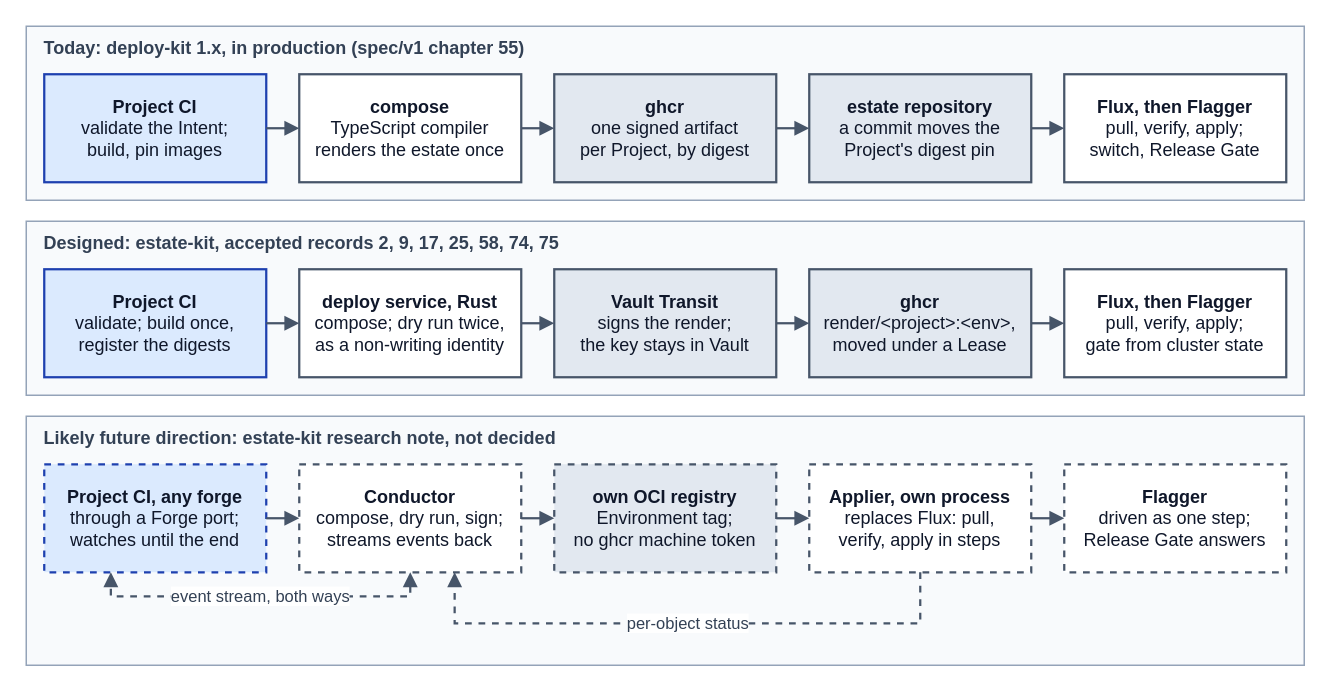
This is docs/mde/task-3-code-generation/Figures/delivery-paths.drawio from JorisJonkers-dev/deploy-kit, a draw.io file, before an edit. Source tidied: cells renumbered, new cells numbered last; positions are measured from the earlier drawing's top-left corner, leaving out a move shared by most shapes. Both pictures are drawn from the tidied source at 150%, with x=0, y=0 at pixel (26, 26).
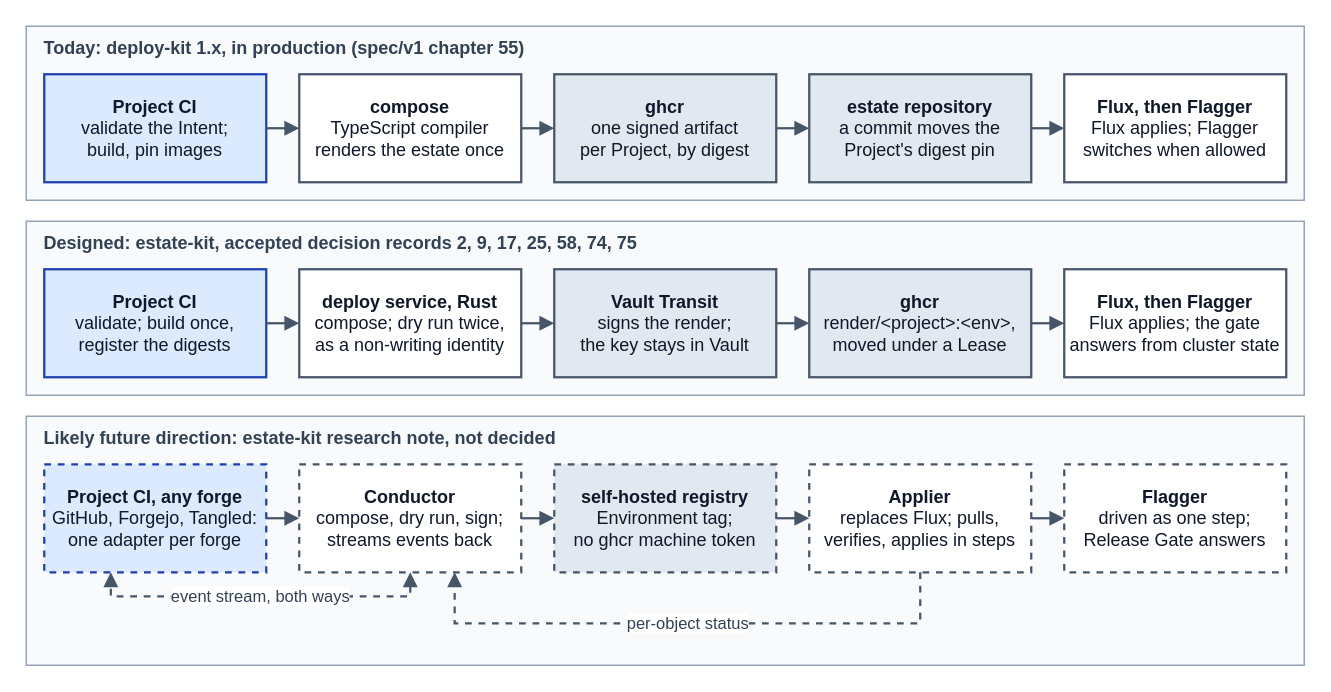
Above is the later version.

Change to the diagram source:
```diff
@@
-    <mxCell id="8" value="&lt;b&gt;Flux, then Flagger&lt;/b&gt;&lt;br&gt;pull, verify, apply;&lt;br&gt;switch, Release Gate" style="rounded=0;whiteSpace=wrap;html=1;align=center;verticalAlign=middle;fillColor=#ffffff;strokeColor=#475569;strokeWidth=1.5;fontFamily=Helvetica;fontSize=12;fontColor=#0f172a;spacing=4;" parent="1" vertex="1">
+    <mxCell id="8" value="&lt;b&gt;Flux, then Flagger&lt;/b&gt;&lt;br&gt;Flux applies; Flagger&lt;br&gt;switches when allowed" style="rounded=0;whiteSpace=wrap;html=1;align=center;verticalAlign=middle;fillColor=#ffffff;strokeColor=#475569;strokeWidth=1.5;fontFamily=Helvetica;fontSize=12;fontColor=#0f172a;spacing=4;" parent="1" vertex="1">
       <mxGeometry x="692" y="32" width="148" height="72" as="geometry" />
     </mxCell>
@@
-    <mxCell id="14" value="Designed: estate-kit, accepted records 2, 9, 17, 25, 58, 74, 75" style="text;html=1;whiteSpace=wrap;align=left;verticalAlign=middle;fontFamily=Helvetica;fontSize=12;fontColor=#334155;spacing=0;strokeColor=none;fillColor=none;fontStyle=1;" parent="1" vertex="1">
+    <mxCell id="14" value="Designed: estate-kit, accepted decision records 2, 9, 17, 25, 58, 74, 75" style="text;html=1;whiteSpace=wrap;align=left;verticalAlign=middle;fontFamily=Helvetica;fontSize=12;fontColor=#334155;spacing=0;strokeColor=none;fillColor=none;fontStyle=1;" parent="1" vertex="1">
       <mxGeometry x="12" y="136" width="828" height="18" as="geometry" />
     </mxCell>
@@
-    <mxCell id="19" value="&lt;b&gt;Flux, then Flagger&lt;/b&gt;&lt;br&gt;pull, verify, apply;&lt;br&gt;gate from cluster state" style="rounded=0;whiteSpace=wrap;html=1;align=center;verticalAlign=middle;fillColor=#ffffff;strokeColor=#475569;strokeWidth=1.5;fontFamily=Helvetica;fontSize=12;fontColor=#0f172a;spacing=4;" parent="1" vertex="1">
+    <mxCell id="19" value="&lt;b&gt;Flux, then Flagger&lt;/b&gt;&lt;br&gt;Flux applies; the gate&lt;br&gt;answers from cluster state" style="rounded=0;whiteSpace=wrap;html=1;align=center;verticalAlign=middle;fillColor=#ffffff;strokeColor=#475569;strokeWidth=1.5;fontFamily=Helvetica;fontSize=12;fontColor=#0f172a;spacing=4;" parent="1" vertex="1">
       <mxGeometry x="692" y="162" width="148" height="72" as="geometry" />
     </mxCell>
@@
-    <mxCell id="26" value="&lt;b&gt;Project CI, any forge&lt;/b&gt;&lt;br&gt;through a Forge port;&lt;br&gt;watches until the end" style="rounded=0;whiteSpace=wrap;html=1;align=center;verticalAlign=middle;fillColor=#dbeafe;strokeColor=#1e40af;strokeWidth=1.5;fontFamily=Helvetica;fontSize=12;fontColor=#0f172a;spacing=4;dashed=1;" parent="1" vertex="1">
+    <mxCell id="26" value="&lt;b&gt;Project CI, any forge&lt;/b&gt;&lt;br&gt;GitHub, Forgejo, Tangled:&lt;br&gt;one adapter per forge" style="rounded=0;whiteSpace=wrap;html=1;align=center;verticalAlign=middle;fillColor=#dbeafe;strokeColor=#1e40af;strokeWidth=1.5;fontFamily=Helvetica;fontSize=12;fontColor=#0f172a;spacing=4;dashed=1;" parent="1" vertex="1">
       <mxGeometry x="12" y="292" width="148" height="72" as="geometry" />
     </mxCell>
@@
-    <mxCell id="28" value="&lt;b&gt;own OCI registry&lt;/b&gt;&lt;br&gt;Environment tag;&lt;br&gt;no ghcr machine token" style="rounded=0;whiteSpace=wrap;html=1;align=center;verticalAlign=middle;fillColor=#e2e8f0;strokeColor=#475569;strokeWidth=1.5;fontFamily=Helvetica;fontSize=12;fontColor=#0f172a;spacing=4;dashed=1;" parent="1" vertex="1">
+    <mxCell id="28" value="&lt;b&gt;self-hosted registry&lt;/b&gt;&lt;br&gt;Environment tag;&lt;br&gt;no ghcr machine token" style="rounded=0;whiteSpace=wrap;html=1;align=center;verticalAlign=middle;fillColor=#e2e8f0;strokeColor=#475569;strokeWidth=1.5;fontFamily=Helvetica;fontSize=12;fontColor=#0f172a;spacing=4;dashed=1;" parent="1" vertex="1">
       <mxGeometry x="352" y="292" width="148" height="72" as="geometry" />
     </mxCell>
-    <mxCell id="29" value="&lt;b&gt;Applier, own process&lt;/b&gt;&lt;br&gt;replaces Flux: pull,&lt;br&gt;verify, apply in steps" style="rounded=0;whiteSpace=wrap;html=1;align=center;verticalAlign=middle;fillColor=#ffffff;strokeColor=#475569;strokeWidth=1.5;fontFamily=Helvetica;fontSize=12;fontColor=#0f172a;spacing=4;dashed=1;" parent="1" vertex="1">
+    <mxCell id="29" value="&lt;b&gt;Applier&lt;/b&gt;&lt;br&gt;replaces Flux; pulls,&lt;br&gt;verifies, applies in steps" style="rounded=0;whiteSpace=wrap;html=1;align=center;verticalAlign=middle;fillColor=#ffffff;strokeColor=#475569;strokeWidth=1.5;fontFamily=Helvetica;fontSize=12;fontColor=#0f172a;spacing=4;dashed=1;" parent="1" vertex="1">
       <mxGeometry x="522" y="292" width="148" height="72" as="geometry" />
     </mxCell>
```
